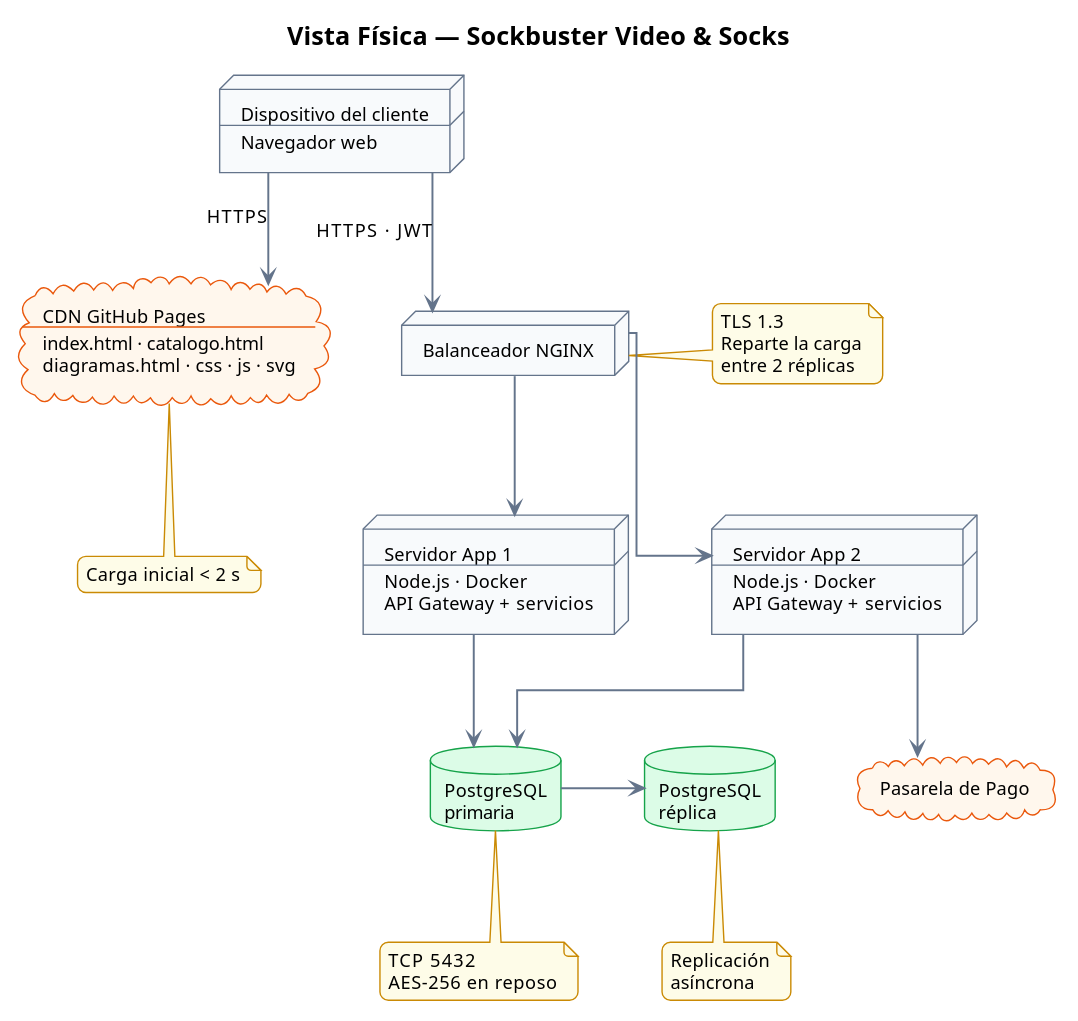
Above: diagramas/despliegue.svg in anthia333/sockbuster (PlantUML), before the change. Its diagram source:
```plantuml
@startuml
!theme plain
skinparam defaultFontName "Segoe UI"
skinparam defaultFontSize 13
skinparam shadowing false
skinparam roundCorner 12
skinparam linetype ortho
skinparam nodesep 60
skinparam ranksep 80
skinparam ArrowColor #64748B
skinparam ArrowThickness 1.4
skinparam titleFontSize 18
skinparam nodeBackgroundColor #F8FAFC
skinparam nodeBorderColor #64748B
skinparam artifactBackgroundColor #EEF2FF
skinparam artifactBorderColor #4F46E5
skinparam databaseBackgroundColor #DCFCE7
skinparam databaseBorderColor #16A34A
skinparam cloudBackgroundColor #FFF7ED
skinparam cloudBorderColor #EA580C
skinparam noteBackgroundColor #FEFCE8
skinparam noteBorderColor #CA8A04

title Vista Física — Sockbuster Video & Socks

node "Dispositivo del cliente\n----\nNavegador web" as Nav

cloud "CDN GitHub Pages\n----\nindex.html · catalogo.html\ndiagramas.html · css · js · svg" as CDN
node "Balanceador NGINX" as LB

node "Servidor App 1\n----\nNode.js · Docker\nAPI Gateway + servicios" as App1
node "Servidor App 2\n----\nNode.js · Docker\nAPI Gateway + servicios" as App2

database "PostgreSQL\nprimaria" as DB1
database "PostgreSQL\nréplica" as DB2
cloud "Pasarela de Pago" as PG

Nav --> CDN : HTTPS
Nav --> LB : HTTPS · JWT
CDN -[hidden]right- LB

LB --> App1
LB --> App2
App1 -[hidden]right- App2

App1 --> DB1
App2 --> DB1
DB1 -right-> DB2
DB2 -[hidden]right- PG
App2 --> PG

note right of LB
  TLS 1.3
  Reparte la carga
  entre 2 réplicas
end note
note bottom of DB1
  TCP 5432
  AES-256 en reposo
end note
note bottom of DB2
  Replicación
  asíncrona
end note
note bottom of CDN
  Carga inicial < 2 s
end note
@enduml
```
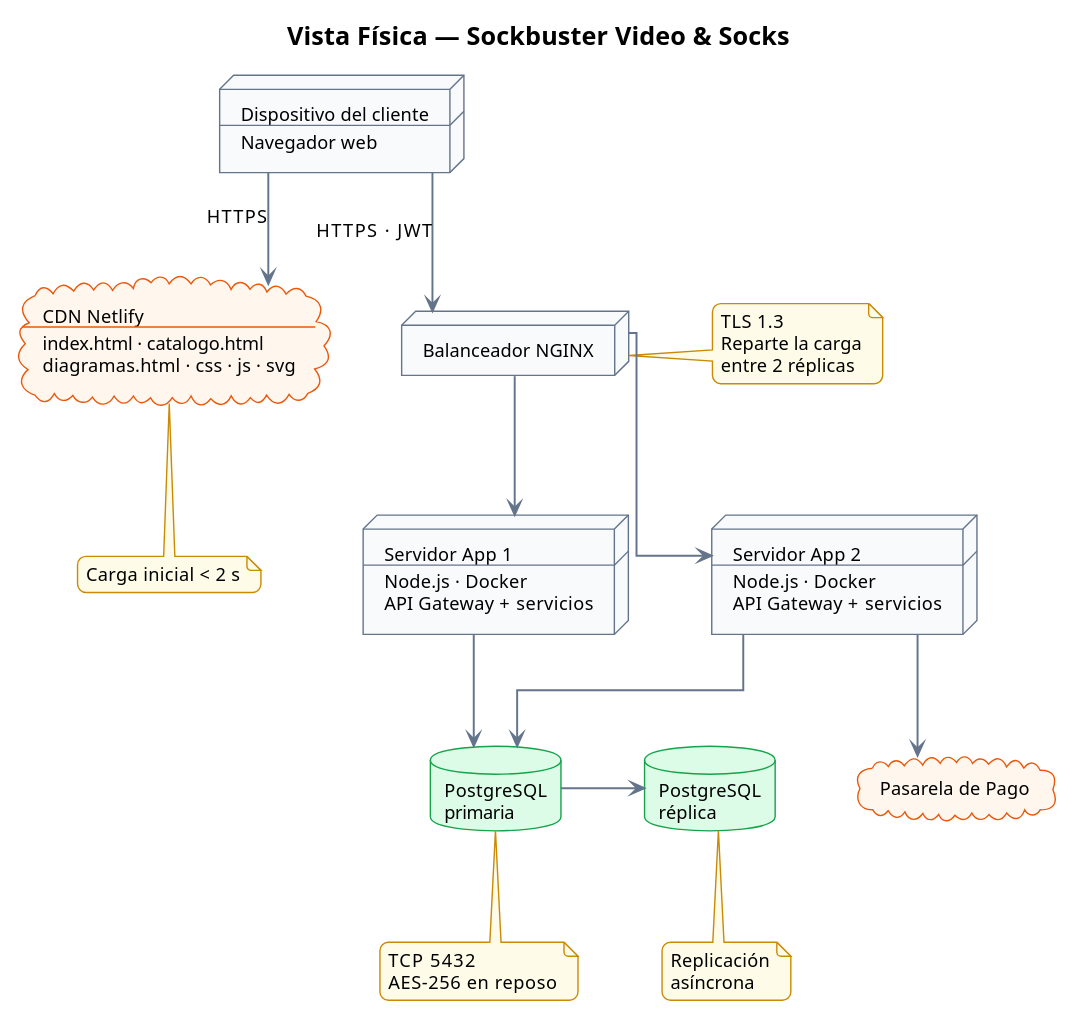
Above is the later version.

Commit message:
Despliegue en Netlify

Change to the diagram source:
```diff
@@ -25,7 +25,7 @@
 
 node "Dispositivo del cliente\n----\nNavegador web" as Nav
 
-cloud "CDN GitHub Pages\n----\nindex.html · catalogo.html\ndiagramas.html · css · js · svg" as CDN
+cloud "CDN Netlify\n----\nindex.html · catalogo.html\ndiagramas.html · css · js · svg" as CDN
 node "Balanceador NGINX" as LB
 
 node "Servidor App 1\n----\nNode.js · Docker\nAPI Gateway + servicios" as App1
```
